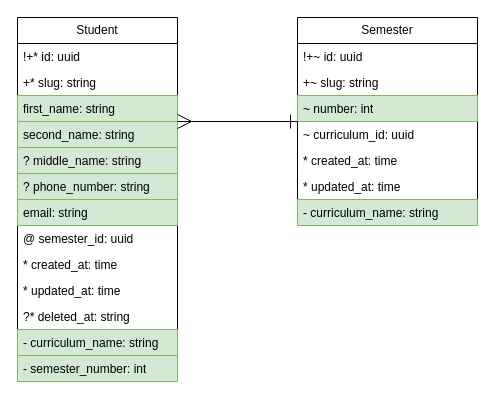
The draw.io diagram page "Student" (6 of 9) of docs/entity_relationship.drawio in IrusHunter/duckademic, before the edit. Source tidied: cells renumbered, new cells numbered last; positions are measured from the earlier drawing's top-left corner, leaving out a move shared by most shapes. Both pictures are drawn from the tidied source at 100%, with x=0, y=0 at pixel (17, 17).
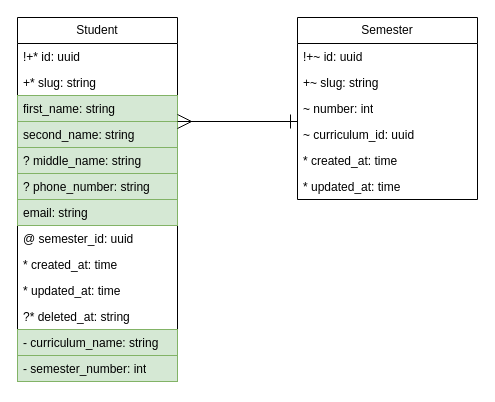
The same diagram, later.

What changed in the source:
```diff
@@
     <mxCell id="16" value="Semester" style="swimlane;fontStyle=0;horizontal=1;startSize=26;fillColor=none;whiteSpace=wrap;html=1;" parent="1" vertex="1">
-      <mxGeometry x="280" width="180" height="208" as="geometry" />
+      <mxGeometry x="280" width="180" height="182" as="geometry" />
     </mxCell>
@@
-    <mxCell id="19" value="~ number: int" style="text;strokeColor=#82b366;fillColor=#d5e8d4;align=left;verticalAlign=top;spacingLeft=4;spacingRight=4;overflow=hidden;whiteSpace=wrap;html=1;" parent="16" vertex="1">
+    <mxCell id="19" value="~ number: int" style="text;align=left;verticalAlign=top;spacingLeft=4;spacingRight=4;overflow=hidden;whiteSpace=wrap;html=1;" parent="16" vertex="1">
       <mxGeometry y="78" width="180" height="26" as="geometry" />
     </mxCell>
@@
-    <mxCell id="23" value="- curriculum_name: string" style="text;strokeColor=#82b366;fillColor=#d5e8d4;align=left;verticalAlign=top;spacingLeft=4;spacingRight=4;overflow=hidden;whiteSpace=wrap;html=1;" parent="16" vertex="1">
-      <mxGeometry y="182" width="180" height="26" as="geometry" />
-    </mxCell>
```
